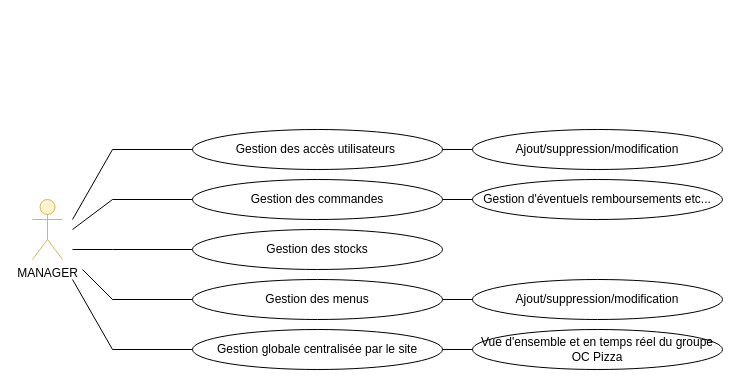
Earlier version of the draw.io diagram Manager.drawio (OMorlotti/P4-analyser-les-besoin-de-mon-client-pour-son-groupe-de-pizzerias). Source tidied: cells renumbered, new cells numbered last; positions are measured from the earlier drawing's top-left corner, leaving out a move shared by most shapes. Both pictures are drawn from the tidied source at 100%, with x=0, y=0 at pixel (32, 129).
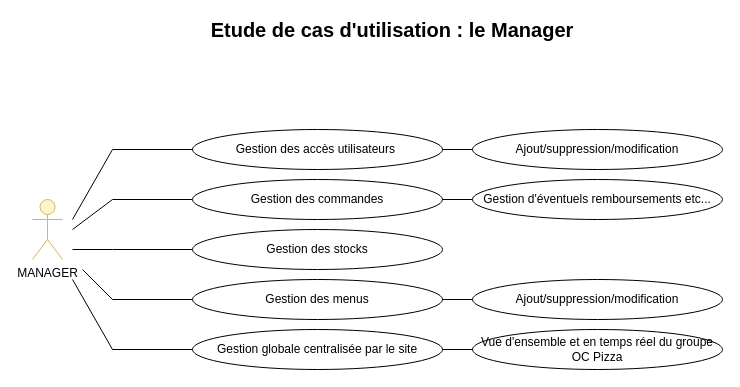
Above is the later version.

Diff of the diagram source:
```diff
@@
+    <mxCell id="26" value="&lt;b style=&quot;font-size: 20px&quot;&gt;Etude de cas d'utilisation : le Manager&lt;/b&gt;" style="text;html=1;strokeColor=none;fillColor=none;align=center;verticalAlign=middle;whiteSpace=wrap;rounded=0;" parent="1" vertex="1">
+      <mxGeometry x="120" y="-110" width="480" height="20" as="geometry" />
+    </mxCell>
```
